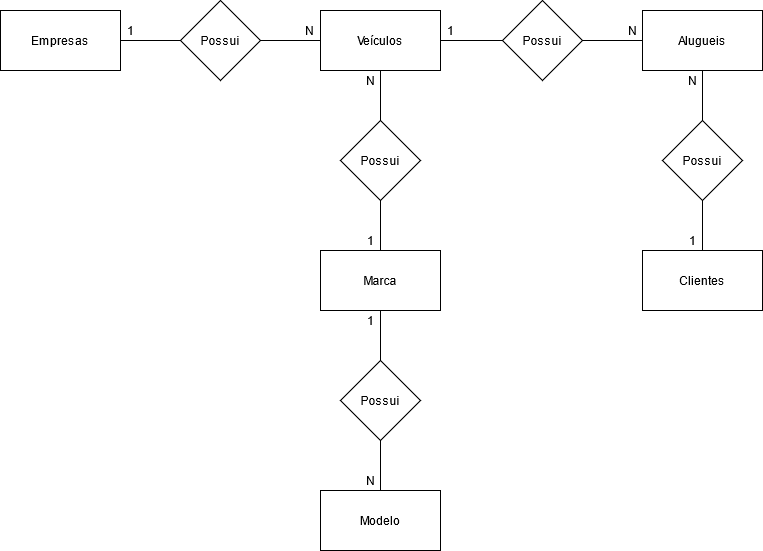
Above: sprint-1-bd/exercicios/1.2-exercicio-locadora/01_modelagem_conceitual-logico-conceitual.png in RegisMagalhaes/LovePets (draw.io), before the change. Source tidied: cells renumbered, new cells last; positions are measured from the earlier drawing's top-left corner, leaving out a move shared by most shapes. Source of this version:
```xml
<mxGraphModel>
  <root>
    <mxCell id="0" />
    <mxCell id="1" parent="0" />
    <mxCell id="2" style="edgeStyle=orthogonalEdgeStyle;rounded=0;jettySize=auto;html=1;endArrow=none;endFill=0;" parent="1" edge="1" source="3" target="10">
      <mxGeometry relative="1" as="geometry" />
    </mxCell>
    <mxCell id="3" value="Empresas" style="rounded=0;whiteSpace=wrap;html=1;" parent="1" vertex="1">
      <mxGeometry y="10" width="120" height="60" as="geometry" />
    </mxCell>
    <mxCell id="4" style="edgeStyle=orthogonalEdgeStyle;rounded=0;jettySize=auto;html=1;endArrow=none;endFill=0;" parent="1" edge="1" source="6" target="12">
      <mxGeometry relative="1" as="geometry" />
    </mxCell>
    <mxCell id="5" style="edgeStyle=orthogonalEdgeStyle;rounded=0;jettySize=auto;html=1;endArrow=none;endFill=0;" parent="1" edge="1" source="6" target="14">
      <mxGeometry relative="1" as="geometry" />
    </mxCell>
    <mxCell id="6" value="Veículos" style="rounded=0;whiteSpace=wrap;html=1;" parent="1" vertex="1">
      <mxGeometry x="320" y="10" width="120" height="60" as="geometry" />
    </mxCell>
    <mxCell id="7" style="edgeStyle=orthogonalEdgeStyle;rounded=0;jettySize=auto;html=1;endArrow=none;endFill=0;" parent="1" edge="1" source="8" target="24">
      <mxGeometry relative="1" as="geometry" />
    </mxCell>
    <mxCell id="8" value="Marca" style="rounded=0;whiteSpace=wrap;html=1;" parent="1" vertex="1">
      <mxGeometry x="320" y="250" width="120" height="60" as="geometry" />
    </mxCell>
    <mxCell id="9" style="edgeStyle=orthogonalEdgeStyle;rounded=0;jettySize=auto;html=1;endArrow=none;endFill=0;" parent="1" edge="1" source="10" target="6">
      <mxGeometry relative="1" as="geometry" />
    </mxCell>
    <mxCell id="10" value="Possui" style="rhombus;whiteSpace=wrap;html=1;" parent="1" vertex="1">
      <mxGeometry x="180" width="80" height="80" as="geometry" />
    </mxCell>
    <mxCell id="11" style="edgeStyle=orthogonalEdgeStyle;rounded=0;jettySize=auto;html=1;entryX=0.5;entryY=0;entryDx=0;entryDy=0;endArrow=none;endFill=0;" parent="1" edge="1" source="12" target="8">
      <mxGeometry relative="1" as="geometry" />
    </mxCell>
    <mxCell id="12" value="Possui" style="rhombus;whiteSpace=wrap;html=1;" parent="1" vertex="1">
      <mxGeometry x="340" y="120" width="80" height="80" as="geometry" />
    </mxCell>
    <mxCell id="13" style="edgeStyle=orthogonalEdgeStyle;rounded=0;jettySize=auto;html=1;endArrow=none;endFill=0;" parent="1" edge="1" source="14" target="16">
      <mxGeometry relative="1" as="geometry" />
    </mxCell>
    <mxCell id="14" value="Possui" style="rhombus;whiteSpace=wrap;html=1;" parent="1" vertex="1">
      <mxGeometry x="502" width="80" height="80" as="geometry" />
    </mxCell>
    <mxCell id="15" style="edgeStyle=orthogonalEdgeStyle;rounded=0;jettySize=auto;html=1;endArrow=none;endFill=0;" parent="1" edge="1" source="16" target="19">
      <mxGeometry relative="1" as="geometry" />
    </mxCell>
    <mxCell id="16" value="Alugueis" style="rounded=0;whiteSpace=wrap;html=1;" parent="1" vertex="1">
      <mxGeometry x="642" y="10" width="120" height="60" as="geometry" />
    </mxCell>
    <mxCell id="17" value="Clientes" style="rounded=0;whiteSpace=wrap;html=1;" parent="1" vertex="1">
      <mxGeometry x="642" y="250" width="120" height="60" as="geometry" />
    </mxCell>
    <mxCell id="18" style="edgeStyle=orthogonalEdgeStyle;rounded=0;jettySize=auto;html=1;endArrow=none;endFill=0;" parent="1" edge="1" source="19" target="17">
      <mxGeometry relative="1" as="geometry" />
    </mxCell>
    <mxCell id="19" value="Possui" style="rhombus;whiteSpace=wrap;html=1;" parent="1" vertex="1">
      <mxGeometry x="662" y="120" width="80" height="80" as="geometry" />
    </mxCell>
    <mxCell id="20" value="1" style="text;html=1;align=center;verticalAlign=middle;" parent="1" vertex="1">
      <mxGeometry x="120" y="20" width="20" height="20" as="geometry" />
    </mxCell>
    <mxCell id="21" value="N" style="text;html=1;align=center;verticalAlign=middle;" parent="1" vertex="1">
      <mxGeometry x="299" y="20" width="20" height="20" as="geometry" />
    </mxCell>
    <mxCell id="22" value="Modelo" style="rounded=0;whiteSpace=wrap;html=1;" parent="1" vertex="1">
      <mxGeometry x="320" y="490" width="120" height="60" as="geometry" />
    </mxCell>
    <mxCell id="23" style="edgeStyle=orthogonalEdgeStyle;rounded=0;jettySize=auto;html=1;endArrow=none;endFill=0;" parent="1" edge="1" source="24" target="22">
      <mxGeometry relative="1" as="geometry" />
    </mxCell>
    <mxCell id="24" value="Possui" style="rhombus;whiteSpace=wrap;html=1;" parent="1" vertex="1">
      <mxGeometry x="340" y="360" width="80" height="80" as="geometry" />
    </mxCell>
    <mxCell id="25" value="N" style="text;html=1;align=center;verticalAlign=middle;" parent="1" vertex="1">
      <mxGeometry x="360" y="70" width="20" height="20" as="geometry" />
    </mxCell>
    <mxCell id="26" value="1" style="text;html=1;align=center;verticalAlign=middle;" parent="1" vertex="1">
      <mxGeometry x="360" y="230" width="20" height="20" as="geometry" />
    </mxCell>
    <mxCell id="27" value="1" style="text;html=1;align=center;verticalAlign=middle;" parent="1" vertex="1">
      <mxGeometry x="440" y="20" width="20" height="20" as="geometry" />
    </mxCell>
    <mxCell id="28" value="N" style="text;html=1;align=center;verticalAlign=middle;" parent="1" vertex="1">
      <mxGeometry x="622" y="20" width="20" height="20" as="geometry" />
    </mxCell>
    <mxCell id="29" value="N" style="text;html=1;align=center;verticalAlign=middle;" parent="1" vertex="1">
      <mxGeometry x="682" y="70" width="20" height="20" as="geometry" />
    </mxCell>
    <mxCell id="30" value="1" style="text;html=1;align=center;verticalAlign=middle;" parent="1" vertex="1">
      <mxGeometry x="682" y="230" width="20" height="20" as="geometry" />
    </mxCell>
    <mxCell id="31" value="1" style="text;html=1;align=center;verticalAlign=middle;" parent="1" vertex="1">
      <mxGeometry x="360" y="310" width="20" height="20" as="geometry" />
    </mxCell>
    <mxCell id="32" value="N" style="text;html=1;align=center;verticalAlign=middle;" parent="1" vertex="1">
      <mxGeometry x="360" y="470" width="20" height="20" as="geometry" />
    </mxCell>
  </root>
</mxGraphModel>
```
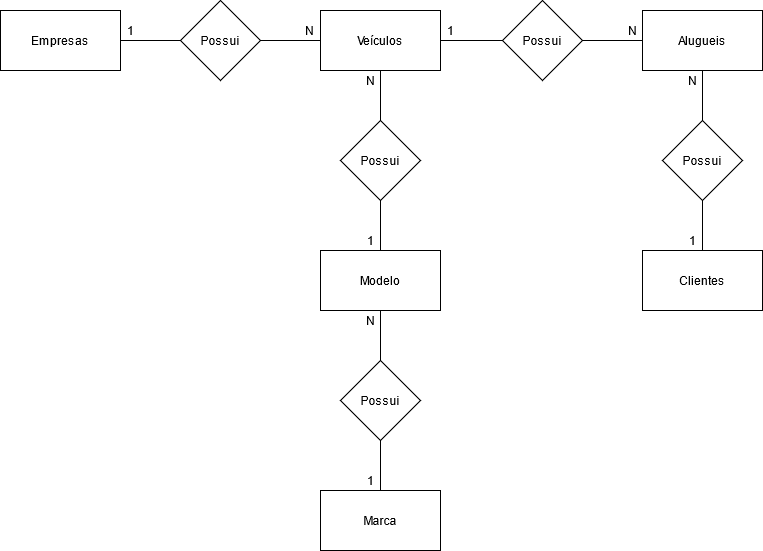
Above is the later version.

What changed in the source:
```diff
@@ -20,7 +20,7 @@
     <mxCell id="7" style="edgeStyle=orthogonalEdgeStyle;rounded=0;jettySize=auto;html=1;endArrow=none;endFill=0;" parent="1" edge="1" source="8" target="24">
       <mxGeometry relative="1" as="geometry" />
     </mxCell>
-    <mxCell id="8" value="Marca" style="rounded=0;whiteSpace=wrap;html=1;" parent="1" vertex="1">
+    <mxCell id="8" value="Modelo" style="rounded=0;whiteSpace=wrap;html=1;" parent="1" vertex="1">
       <mxGeometry x="320" y="250" width="120" height="60" as="geometry" />
     </mxCell>
     <mxCell id="9" style="edgeStyle=orthogonalEdgeStyle;rounded=0;jettySize=auto;html=1;endArrow=none;endFill=0;" parent="1" edge="1" source="10" target="6">
@@ -62,7 +62,7 @@
     <mxCell id="21" value="N" style="text;html=1;align=center;verticalAlign=middle;" parent="1" vertex="1">
       <mxGeometry x="299" y="20" width="20" height="20" as="geometry" />
     </mxCell>
-    <mxCell id="22" value="Modelo" style="rounded=0;whiteSpace=wrap;html=1;" parent="1" vertex="1">
+    <mxCell id="22" value="Marca" style="rounded=0;whiteSpace=wrap;html=1;" parent="1" vertex="1">
       <mxGeometry x="320" y="490" width="120" height="60" as="geometry" />
     </mxCell>
     <mxCell id="23" style="edgeStyle=orthogonalEdgeStyle;rounded=0;jettySize=auto;html=1;endArrow=none;endFill=0;" parent="1" edge="1" source="24" target="22">
@@ -89,10 +89,10 @@
     <mxCell id="30" value="1" style="text;html=1;align=center;verticalAlign=middle;" parent="1" vertex="1">
       <mxGeometry x="682" y="230" width="20" height="20" as="geometry" />
     </mxCell>
-    <mxCell id="31" value="1" style="text;html=1;align=center;verticalAlign=middle;" parent="1" vertex="1">
+    <mxCell id="31" value="N" style="text;html=1;align=center;verticalAlign=middle;" parent="1" vertex="1">
       <mxGeometry x="360" y="310" width="20" height="20" as="geometry" />
     </mxCell>
-    <mxCell id="32" value="N" style="text;html=1;align=center;verticalAlign=middle;" parent="1" vertex="1">
+    <mxCell id="32" value="1" style="text;html=1;align=center;verticalAlign=middle;" parent="1" vertex="1">
       <mxGeometry x="360" y="470" width="20" height="20" as="geometry" />
     </mxCell>
   </root>
```
